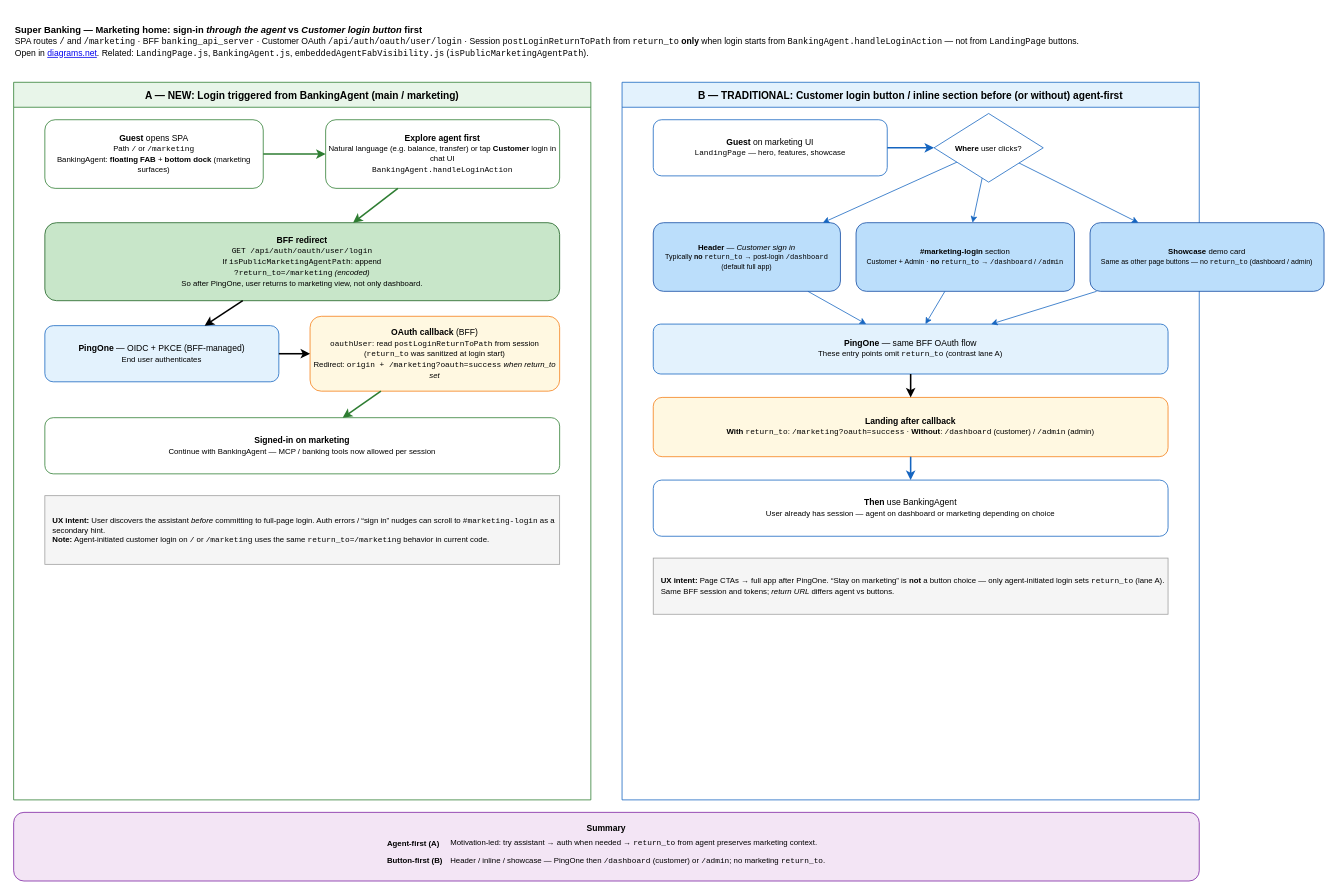
This is docs/Marketing_Login_Agent_vs_Button.drawio from curtismu7/AI-DEMO2, a draw.io file, before an edit. Source tidied: cells renumbered, new cells numbered last; positions are measured from the earlier drawing's top-left corner, leaving out a move shared by most shapes. Both pictures are drawn from the tidied source at 78%, with x=0, y=0 at pixel (13, 13).
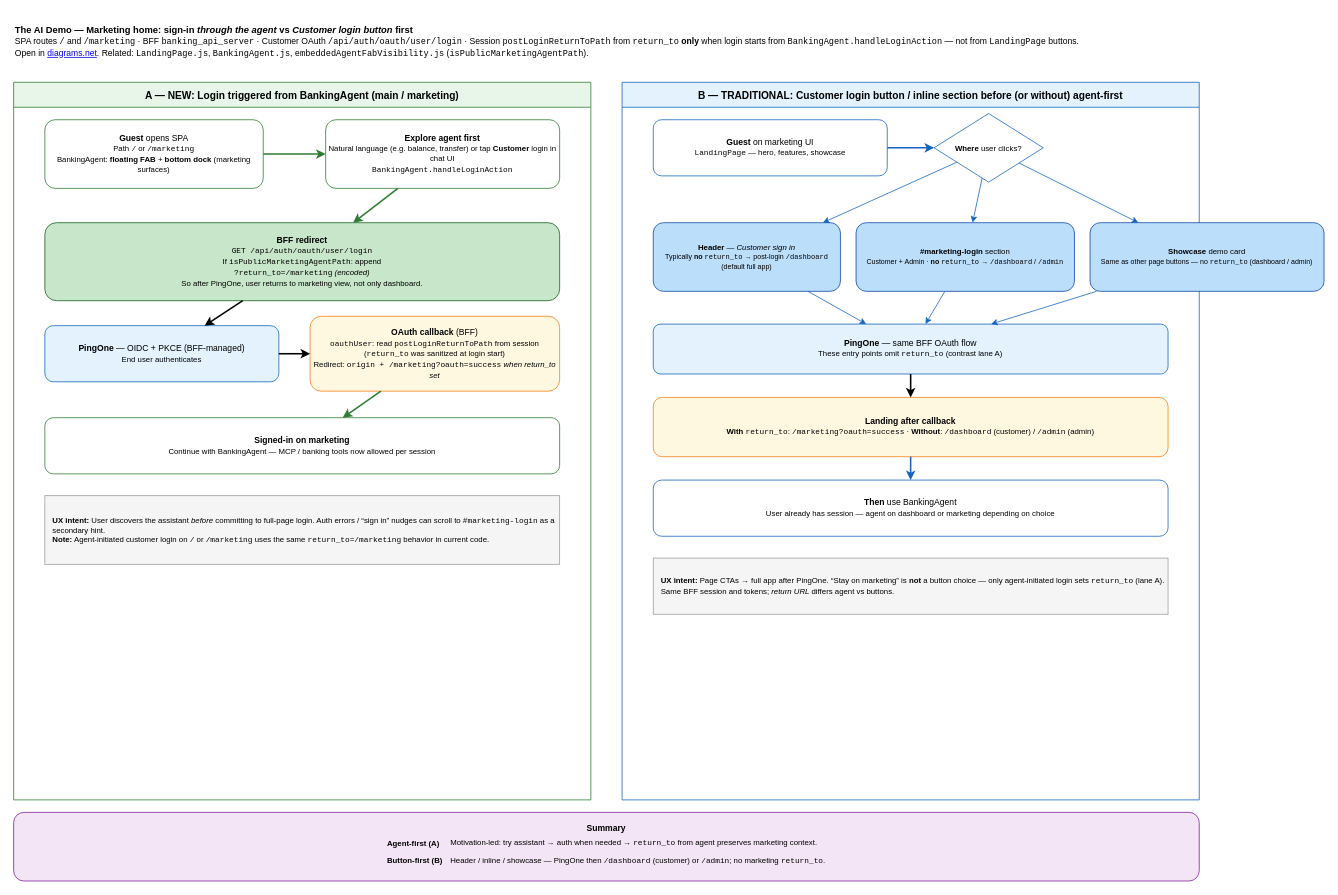
After the change.

Change to the diagram source:
```diff
@@
-    <mxCell id="2" value="&lt;b&gt;Super Banking — Marketing home: sign-in &lt;i&gt;through the agent&lt;/i&gt; vs &lt;i&gt;Customer login button&lt;/i&gt; first&lt;/b&gt;&lt;br&gt;&lt;font style=&quot;font-size:11px&quot;&gt;SPA routes &lt;code&gt;/&lt;/code&gt; and &lt;code&gt;/marketing&lt;/code&gt; · BFF &lt;code&gt;banking_api_server&lt;/code&gt; · Customer OAuth &lt;code&gt;/api/auth/oauth/user/login&lt;/code&gt; · Session &lt;code&gt;postLoginReturnToPath&lt;/code&gt; from &lt;code&gt;return_to&lt;/code&gt; &lt;b&gt;only&lt;/b&gt; when login starts from &lt;code&gt;BankingAgent.handleLoginAction&lt;/code&gt; — not from &lt;code&gt;LandingPage&lt;/code&gt; buttons.&lt;br&gt;Open in &lt;a href=&quot;https://app.diagrams.net&quot;&gt;diagrams.net&lt;/a&gt;. Related: &lt;code&gt;LandingPage.js&lt;/code&gt;, &lt;code&gt;BankingAgent.js&lt;/code&gt;, &lt;code&gt;embeddedAgentFabVisibility.js&lt;/code&gt; (&lt;code&gt;isPublicMarketingAgentPath&lt;/code&gt;).&lt;/font&gt;" style="text;html=1;strokeColor=none;fillColor=none;align=left;verticalAlign=middle;whiteSpace=wrap;rounded=0;" parent="1" vertex="1">
+    <mxCell id="2" value="&lt;b&gt;The AI Demo — Marketing home: sign-in &lt;i&gt;through the agent&lt;/i&gt; vs &lt;i&gt;Customer login button&lt;/i&gt; first&lt;/b&gt;&lt;br&gt;&lt;font style=&quot;font-size:11px&quot;&gt;SPA routes &lt;code&gt;/&lt;/code&gt; and &lt;code&gt;/marketing&lt;/code&gt; · BFF &lt;code&gt;banking_api_server&lt;/code&gt; · Customer OAuth &lt;code&gt;/api/auth/oauth/user/login&lt;/code&gt; · Session &lt;code&gt;postLoginReturnToPath&lt;/code&gt; from &lt;code&gt;return_to&lt;/code&gt; &lt;b&gt;only&lt;/b&gt; when login starts from &lt;code&gt;BankingAgent.handleLoginAction&lt;/code&gt; — not from &lt;code&gt;LandingPage&lt;/code&gt; buttons.&lt;br&gt;Open in &lt;a href=&quot;https://app.diagrams.net&quot;&gt;diagrams.net&lt;/a&gt;. Related: &lt;code&gt;LandingPage.js&lt;/code&gt;, &lt;code&gt;BankingAgent.js&lt;/code&gt;, &lt;code&gt;embeddedAgentFabVisibility.js&lt;/code&gt; (&lt;code&gt;isPublicMarketingAgentPath&lt;/code&gt;).&lt;/font&gt;" style="text;html=1;strokeColor=none;fillColor=none;align=left;verticalAlign=middle;whiteSpace=wrap;rounded=0;" parent="1" vertex="1">
       <mxGeometry width="1520" height="72" as="geometry" />
     </mxCell>
```
